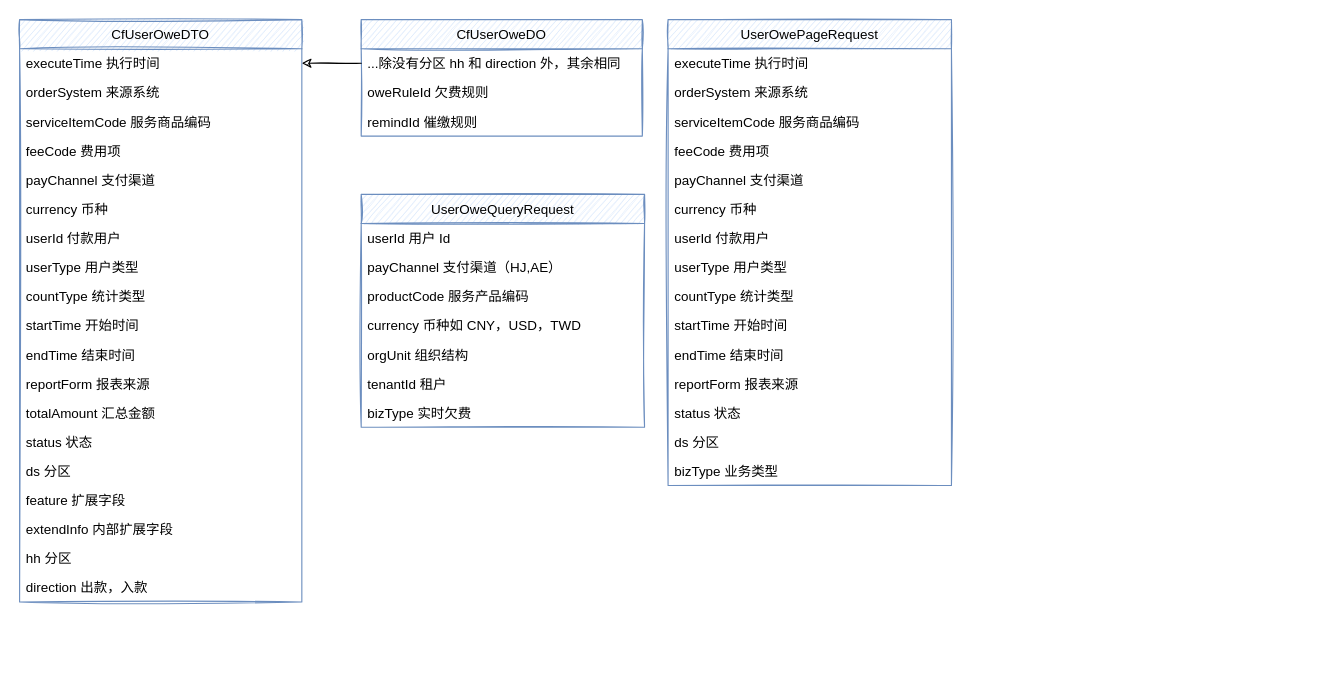
The draw.io diagram page "欠费接口-cfApi" (4 of 4) of Untitled Diagram.drawio in Lichit-bot/hello-computer, before the edit. Source tidied: cells renumbered, new cells numbered last; positions are measured from the earlier drawing's top-left corner, leaving out a move shared by most shapes. Both pictures are drawn from the tidied source at 112%, with x=0, y=0 at pixel (19, 19).
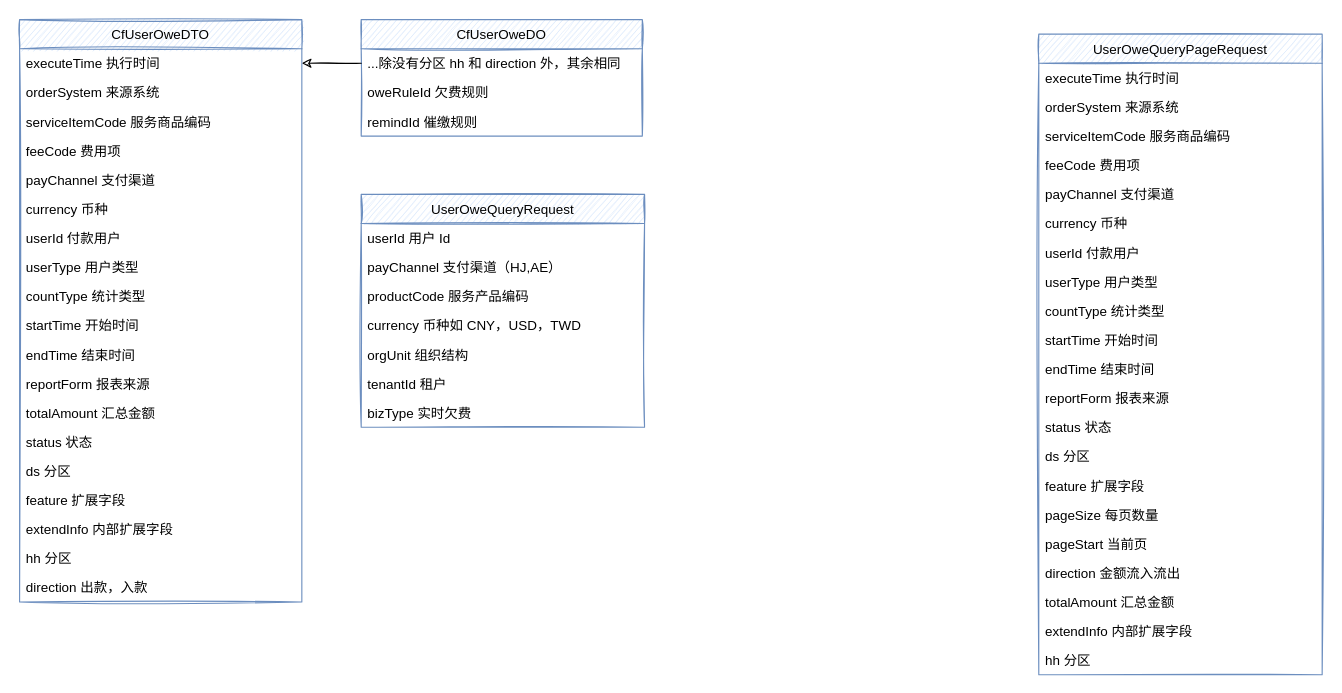
After the change.

What changed in the source:
```diff
@@
-    <mxCell id="35" value="UserOwePageRequest" style="swimlane;fontStyle=0;horizontal=1;startSize=26;sketch=1;fillColor=#dae8fc;strokeColor=#6c8ebf;" parent="1" vertex="1">
-      <mxGeometry x="579" width="253" height="416" as="geometry" />
+    <mxCell id="35" value="UserOweQueryPageRequest" style="swimlane;fontStyle=0;horizontal=1;startSize=26;sketch=1;fillColor=#dae8fc;strokeColor=#6c8ebf;" parent="1" vertex="1">
+      <mxGeometry x="910" y="13" width="253" height="572" as="geometry" />
     </mxCell>
@@
-    <mxCell id="50" value="bizType 业务类型" style="text;strokeColor=none;fillColor=none;align=left;verticalAlign=top;spacingLeft=4;spacingRight=4;overflow=hidden;" parent="35" vertex="1">
+    <mxCell id="50" value="feature 扩展字段" style="text;strokeColor=none;fillColor=none;align=left;verticalAlign=top;spacingLeft=4;spacingRight=4;overflow=hidden;" parent="35" vertex="1">
       <mxGeometry y="390" width="253" height="26" as="geometry" />
     </mxCell>
+    <mxCell id="51" value="pageSize 每页数量" style="text;strokeColor=none;fillColor=none;align=left;verticalAlign=top;spacingLeft=4;spacingRight=4;overflow=hidden;" parent="35" vertex="1">
+      <mxGeometry y="416" width="253" height="26" as="geometry" />
+    </mxCell>
+    <mxCell id="52" value="pageStart 当前页" style="text;strokeColor=none;fillColor=none;align=left;verticalAlign=top;spacingLeft=4;spacingRight=4;overflow=hidden;" parent="35" vertex="1">
+      <mxGeometry y="442" width="253" height="26" as="geometry" />
+    </mxCell>
+    <mxCell id="53" value="direction 金额流入流出" style="text;strokeColor=none;fillColor=none;align=left;verticalAlign=top;spacingLeft=4;spacingRight=4;overflow=hidden;" parent="35" vertex="1">
+      <mxGeometry y="468" width="253" height="26" as="geometry" />
+    </mxCell>
+    <mxCell id="54" value="totalAmount 汇总金额" style="text;strokeColor=none;fillColor=none;align=left;verticalAlign=top;spacingLeft=4;spacingRight=4;overflow=hidden;" parent="35" vertex="1">
+      <mxGeometry y="494" width="253" height="26" as="geometry" />
+    </mxCell>
+    <mxCell id="55" value="extendInfo 内部扩展字段" style="text;strokeColor=none;fillColor=none;align=left;verticalAlign=top;spacingLeft=4;spacingRight=4;overflow=hidden;" parent="35" vertex="1">
+      <mxGeometry y="520" width="253" height="26" as="geometry" />
+    </mxCell>
+    <mxCell id="56" value="hh 分区" style="text;strokeColor=none;fillColor=none;align=left;verticalAlign=top;spacingLeft=4;spacingRight=4;overflow=hidden;" parent="35" vertex="1">
+      <mxGeometry y="546" width="253" height="26" as="geometry" />
+    </mxCell>
```
